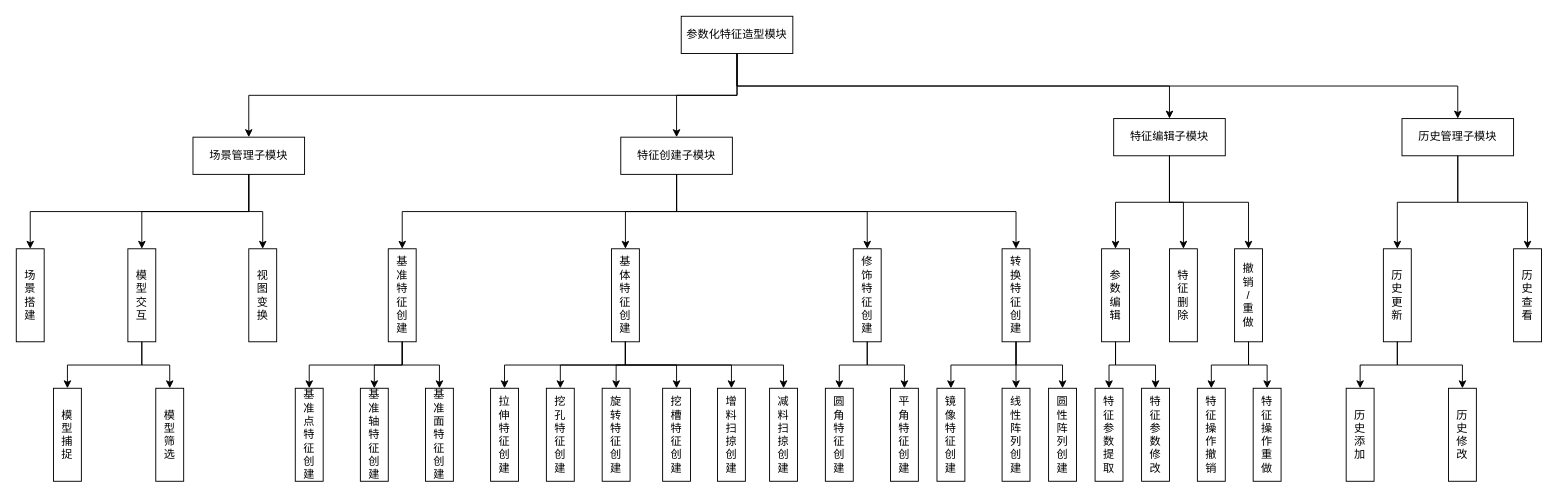
Above: 参数化特征造型模块图.drawio in liuhuliuhu123/First-test (draw.io), before the change. Source tidied: cells renumbered, new cells numbered last; positions are measured from the earlier drawing's top-left corner, leaving out a move shared by most shapes. Both pictures are drawn from the tidied source at 93%, with x=0, y=0 at pixel (16, 16).
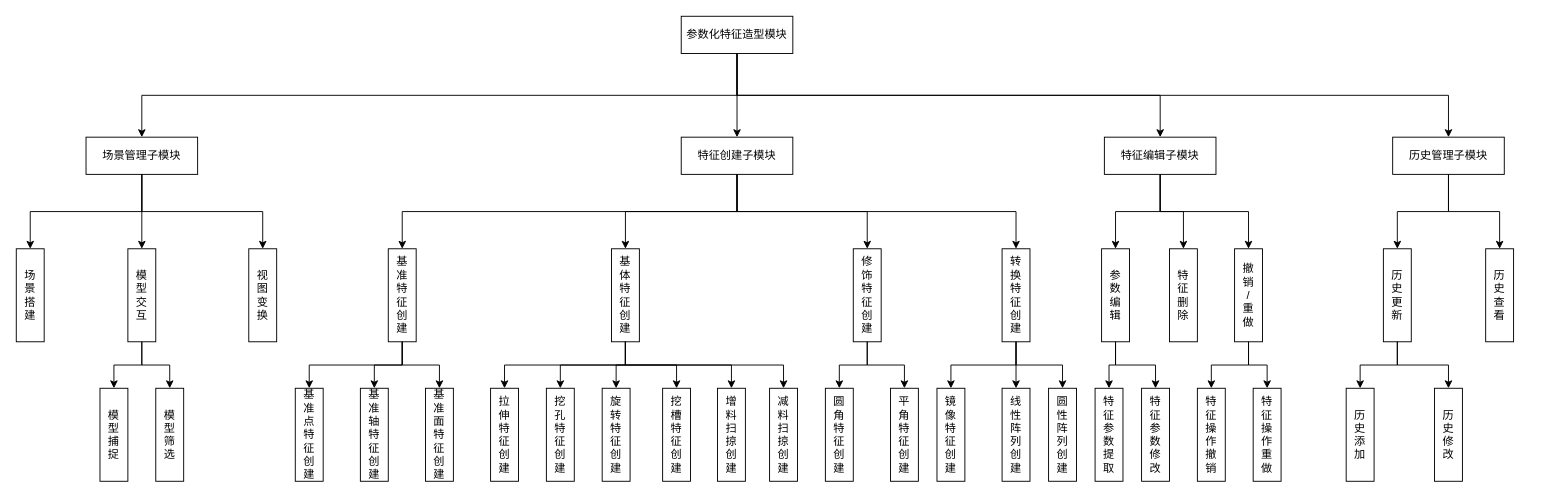
The same page after the edit.

Commit message (it also covers changes not shown here):
更新参数化特征造型模块图.drawio

Unchanged cells that the change refers to:
```xml
<mxCell id="2" value="参数化特征造型模块" style="rounded=0;whiteSpace=wrap;html=1;" parent="1" vertex="1">
  <mxGeometry x="715" width="120" height="40" as="geometry" />
</mxCell>
```

Change to the diagram source:
```diff
@@
     <mxCell id="3" value="场景管理子模块" style="rounded=0;whiteSpace=wrap;html=1;" parent="1" vertex="1">
-      <mxGeometry x="190" y="130" width="120" height="40" as="geometry" />
+      <mxGeometry x="75" y="130" width="120" height="40" as="geometry" />
     </mxCell>
     <mxCell id="4" value="特征创建子模块" style="rounded=0;whiteSpace=wrap;html=1;" parent="1" vertex="1">
-      <mxGeometry x="650" y="130" width="120" height="40" as="geometry" />
+      <mxGeometry x="715" y="130" width="120" height="40" as="geometry" />
     </mxCell>
     <mxCell id="5" value="历史管理子模块" style="rounded=0;whiteSpace=wrap;html=1;" parent="1" vertex="1">
-      <mxGeometry x="1490" y="110" width="120" height="40" as="geometry" />
+      <mxGeometry x="1480" y="130" width="120" height="40" as="geometry" />
     </mxCell>
     <mxCell id="6" value="特征编辑子模块" style="rounded=0;whiteSpace=wrap;html=1;" parent="1" vertex="1">
-      <mxGeometry x="1180" y="110" width="120" height="40" as="geometry" />
+      <mxGeometry x="1170" y="130" width="120" height="40" as="geometry" />
     </mxCell>
@@
     <mxCell id="10" value="模&lt;br&gt;型&lt;br&gt;捕&lt;br&gt;捉" style="rounded=0;whiteSpace=wrap;html=1;" parent="1" vertex="1">
-      <mxGeometry x="40" y="400" width="30" height="100" as="geometry" />
+      <mxGeometry x="90" y="400" width="30" height="100" as="geometry" />
     </mxCell>
@@
     <mxCell id="38" value="历&lt;br&gt;史&lt;br&gt;查&lt;br&gt;看" style="rounded=0;whiteSpace=wrap;html=1;" parent="1" vertex="1">
-      <mxGeometry x="1610" y="250" width="30" height="100" as="geometry" />
+      <mxGeometry x="1580" y="250" width="30" height="100" as="geometry" />
     </mxCell>
@@
     <mxCell id="40" value="历&lt;br&gt;史&lt;br&gt;修&lt;br&gt;改" style="rounded=0;whiteSpace=wrap;html=1;" parent="1" vertex="1">
-      <mxGeometry x="1540" y="400" width="30" height="100" as="geometry" />
+      <mxGeometry x="1525" y="400" width="30" height="100" as="geometry" />
     </mxCell>
@@
-    <mxCell id="42" style="endArrow=classic;html=1;rounded=0;exitX=0.5;exitY=1;exitDx=0;exitDy=0;entryX=0.5;entryY=0;entryDx=0;entryDy=0;edgeStyle=orthogonalEdgeStyle;" parent="1" edge="1" source="2" target="4">
-      <mxGeometry relative="1" as="geometry">
-        <Array as="points">
-          <mxPoint x="775" y="85" />
-          <mxPoint x="710" y="85" />
-        </Array>
-      </mxGeometry>
-    </mxCell>
@@
+    <mxCell id="79" style="endArrow=classic;html=1;rounded=0;" parent="1" edge="1" target="4">
+      <mxGeometry relative="1" as="geometry">
+        <mxPoint x="775" y="40" as="sourcePoint" />
+      </mxGeometry>
+    </mxCell>
```
